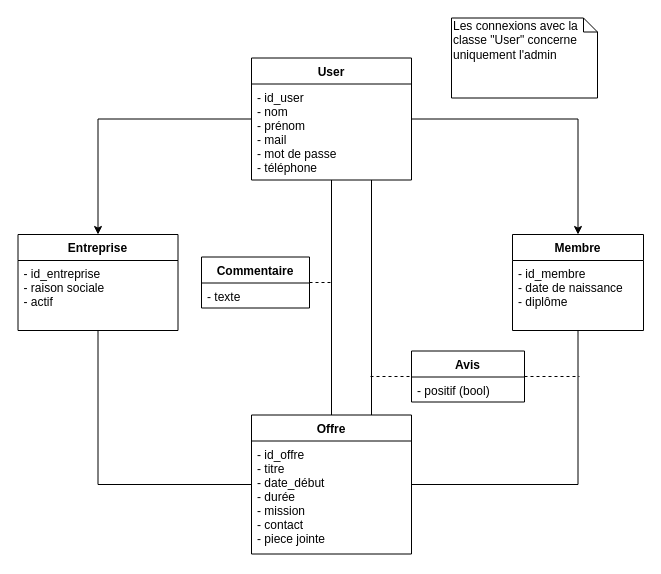
Before: BDD.drawio in LenhardErwan/InternshipManager, a draw.io diagram. Source tidied: cells renumbered, new cells numbered last; positions are measured from the earlier drawing's top-left corner, leaving out a move shared by most shapes. Both pictures are drawn from the tidied source at 100%, with x=0, y=0 at pixel (18, 18).
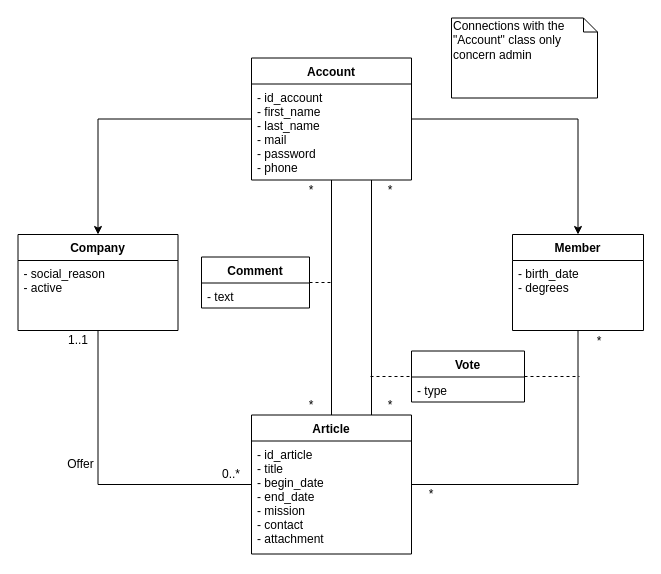
After the change.

Diff of the diagram source:
```diff
@@
-    <mxCell id="4" value="User" style="swimlane;fontStyle=1;align=center;verticalAlign=top;horizontal=1;startSize=26;" parent="1" vertex="1">
+    <mxCell id="4" value="Account" style="swimlane;fontStyle=1;align=center;verticalAlign=top;horizontal=1;startSize=26;" parent="1" vertex="1">
       <mxGeometry x="233" y="39.5" width="160" height="122" as="geometry" />
     </mxCell>
-    <mxCell id="5" value="- id_user&#10;- nom&#10;- prénom&#10;- mail&#10;- mot de passe&#10;- téléphone" style="text;strokeColor=none;fillColor=none;align=left;verticalAlign=top;spacingLeft=4;spacingRight=4;overflow=hidden;" parent="4" vertex="1">
+    <mxCell id="5" value="- id_account&#10;- first_name&#10;- last_name&#10;- mail&#10;- password&#10;- phone" style="text;strokeColor=none;fillColor=none;align=left;verticalAlign=top;spacingLeft=4;spacingRight=4;overflow=hidden;" parent="4" vertex="1">
       <mxGeometry y="26" width="160" height="96" as="geometry" />
     </mxCell>
@@
-    <mxCell id="9" value="Membre" style="swimlane;fontStyle=1;align=center;verticalAlign=top;horizontal=1;startSize=26;" parent="1" vertex="1">
+    <mxCell id="9" value="Member" style="swimlane;fontStyle=1;align=center;verticalAlign=top;horizontal=1;startSize=26;" parent="1" vertex="1">
       <mxGeometry x="494" y="216" width="131" height="96" as="geometry" />
     </mxCell>
-    <mxCell id="10" value="- id_membre&#10;- date de naissance&#10;- diplôme" style="text;strokeColor=none;fillColor=none;align=left;verticalAlign=top;spacingLeft=4;spacingRight=4;overflow=hidden;" parent="9" vertex="1">
+    <mxCell id="10" value="- birth_date&#10;- degrees" style="text;strokeColor=none;fillColor=none;align=left;verticalAlign=top;spacingLeft=4;spacingRight=4;overflow=hidden;" parent="9" vertex="1">
       <mxGeometry y="26" width="131" height="70" as="geometry" />
     </mxCell>
-    <mxCell id="11" style="edgeStyle=orthogonalEdgeStyle;rounded=0;jettySize=auto;html=1;entryX=0;entryY=0.5;entryDx=0;entryDy=0;exitX=0.5;exitY=1;exitDx=0;exitDy=0;endArrow=none;endFill=0;" parent="1" edge="1" source="12" target="14">
-      <mxGeometry relative="1" as="geometry" />
+    <mxCell id="11" value="Offer" style="edgeStyle=orthogonalEdgeStyle;rounded=0;jettySize=auto;html=1;entryX=0;entryY=0.5;entryDx=0;entryDy=0;exitX=0.5;exitY=1;exitDx=0;exitDy=0;endArrow=none;endFill=0;fontSize=12;" parent="1" edge="1" source="12" target="14">
+      <mxGeometry x="-0.13" y="-18" relative="1" as="geometry" />
     </mxCell>
-    <mxCell id="12" value="Entreprise" style="swimlane;fontStyle=1;align=center;verticalAlign=top;horizontal=1;startSize=26;" parent="1" vertex="1">
+    <mxCell id="12" value="Company" style="swimlane;fontStyle=1;align=center;verticalAlign=top;horizontal=1;startSize=26;" parent="1" vertex="1">
       <mxGeometry x="-0.5" y="216" width="160" height="96" as="geometry" />
     </mxCell>
-    <mxCell id="13" value="- id_entreprise&#10;- raison sociale&#10;- actif" style="text;strokeColor=none;fillColor=none;align=left;verticalAlign=top;spacingLeft=4;spacingRight=4;overflow=hidden;fontStyle=0;" parent="12" vertex="1">
+    <mxCell id="13" value="- social_reason&#10;- active" style="text;strokeColor=none;fillColor=none;align=left;verticalAlign=top;spacingLeft=4;spacingRight=4;overflow=hidden;fontStyle=0;" parent="12" vertex="1">
       <mxGeometry y="26" width="160" height="70" as="geometry" />
     </mxCell>
-    <mxCell id="14" value="Offre" style="swimlane;fontStyle=1;align=center;verticalAlign=top;horizontal=1;startSize=26;" parent="1" vertex="1">
+    <mxCell id="14" value="Article" style="swimlane;fontStyle=1;align=center;verticalAlign=top;horizontal=1;startSize=26;" parent="1" vertex="1">
       <mxGeometry x="233" y="396.5" width="160" height="139" as="geometry" />
     </mxCell>
-    <mxCell id="15" value="- id_offre&#10;- titre&#10;- date_début&#10;- durée&#10;- mission&#10;- contact&#10;- piece jointe" style="text;strokeColor=none;fillColor=none;align=left;verticalAlign=top;spacingLeft=4;spacingRight=4;overflow=hidden;" parent="14" vertex="1">
+    <mxCell id="15" value="- id_article&#10;- title&#10;- begin_date&#10;- end_date&#10;- mission&#10;- contact&#10;- attachment" style="text;strokeColor=none;fillColor=none;align=left;verticalAlign=top;spacingLeft=4;spacingRight=4;overflow=hidden;" parent="14" vertex="1">
       <mxGeometry y="26" width="160" height="113" as="geometry" />
     </mxCell>
-    <mxCell id="16" value="Commentaire" style="swimlane;fontStyle=1;align=center;verticalAlign=top;horizontal=1;startSize=26;" parent="1" vertex="1">
+    <mxCell id="16" value="Comment" style="swimlane;fontStyle=1;align=center;verticalAlign=top;horizontal=1;startSize=26;" parent="1" vertex="1">
       <mxGeometry x="183" y="238.5" width="108" height="51" as="geometry" />
     </mxCell>
-    <mxCell id="17" value="- texte" style="text;strokeColor=none;fillColor=none;align=left;verticalAlign=top;spacingLeft=4;spacingRight=4;overflow=hidden;" parent="16" vertex="1">
+    <mxCell id="17" value="- text" style="text;strokeColor=none;fillColor=none;align=left;verticalAlign=top;spacingLeft=4;spacingRight=4;overflow=hidden;" parent="16" vertex="1">
       <mxGeometry y="26" width="108" height="25" as="geometry" />
     </mxCell>
@@
-    <mxCell id="19" value="Avis" style="swimlane;fontStyle=1;align=center;verticalAlign=top;horizontal=1;startSize=26;" parent="1" vertex="1">
+    <mxCell id="19" value="Vote" style="swimlane;fontStyle=1;align=center;verticalAlign=top;horizontal=1;startSize=26;" parent="1" vertex="1">
       <mxGeometry x="393" y="332.5" width="113" height="51" as="geometry" />
     </mxCell>
-    <mxCell id="20" value="- positif (bool)" style="text;strokeColor=none;fillColor=none;align=left;verticalAlign=top;spacingLeft=4;spacingRight=4;overflow=hidden;" parent="19" vertex="1">
+    <mxCell id="20" value="- type" style="text;strokeColor=none;fillColor=none;align=left;verticalAlign=top;spacingLeft=4;spacingRight=4;overflow=hidden;" parent="19" vertex="1">
       <mxGeometry y="26" width="113" height="25" as="geometry" />
     </mxCell>
@@
-    <mxCell id="23" value="Les connexions avec la classe &quot;User&quot; concerne uniquement l'admin" style="shape=note;whiteSpace=wrap;html=1;size=14;verticalAlign=top;align=left;spacingTop=-6;" parent="1" vertex="1">
+    <mxCell id="23" value="Connections with the &quot;Account&quot; class only concern admin" style="shape=note;whiteSpace=wrap;html=1;size=14;verticalAlign=top;align=left;spacingTop=-6;" parent="1" vertex="1">
       <mxGeometry x="433" y="-0.5" width="146" height="80" as="geometry" />
     </mxCell>
+    <mxCell id="24" value="1..1" style="text;html=1;strokeColor=none;fillColor=none;align=center;verticalAlign=middle;whiteSpace=wrap;rounded=0;" parent="1" vertex="1">
+      <mxGeometry x="39.5" y="312" width="40" height="20" as="geometry" />
+    </mxCell>
+    <mxCell id="25" value="0..*" style="text;html=1;strokeColor=none;fillColor=none;align=center;verticalAlign=middle;whiteSpace=wrap;rounded=0;" parent="1" vertex="1">
+      <mxGeometry x="193" y="446" width="40" height="20" as="geometry" />
+    </mxCell>
+    <mxCell id="26" value="*" style="text;html=1;strokeColor=none;fillColor=none;align=center;verticalAlign=middle;whiteSpace=wrap;rounded=0;" parent="1" vertex="1">
+      <mxGeometry x="273" y="161.5" width="40" height="20" as="geometry" />
+    </mxCell>
+    <mxCell id="27" value="*" style="text;html=1;strokeColor=none;fillColor=none;align=center;verticalAlign=middle;whiteSpace=wrap;rounded=0;" parent="1" vertex="1">
+      <mxGeometry x="273" y="376.5" width="40" height="20" as="geometry" />
+    </mxCell>
+    <mxCell id="28" value="*" style="text;html=1;strokeColor=none;fillColor=none;align=center;verticalAlign=middle;whiteSpace=wrap;rounded=0;" parent="1" vertex="1">
+      <mxGeometry x="352" y="161.5" width="40" height="20" as="geometry" />
+    </mxCell>
+    <mxCell id="29" value="*" style="text;html=1;strokeColor=none;fillColor=none;align=center;verticalAlign=middle;whiteSpace=wrap;rounded=0;" parent="1" vertex="1">
+      <mxGeometry x="352" y="376.5" width="40" height="20" as="geometry" />
+    </mxCell>
+    <mxCell id="30" value="*" style="text;html=1;strokeColor=none;fillColor=none;align=center;verticalAlign=middle;whiteSpace=wrap;rounded=0;" parent="1" vertex="1">
+      <mxGeometry x="393" y="466" width="40" height="20" as="geometry" />
+    </mxCell>
+    <mxCell id="31" value="*" style="text;html=1;strokeColor=none;fillColor=none;align=center;verticalAlign=middle;whiteSpace=wrap;rounded=0;" parent="1" vertex="1">
+      <mxGeometry x="561" y="312.5" width="40" height="20" as="geometry" />
+    </mxCell>
```
